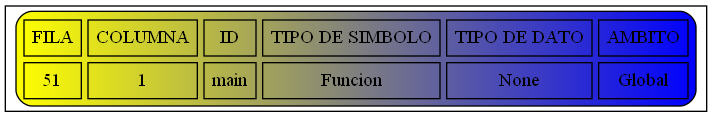
Above: Simbolos.png in JoseMore99/OLC2_P1_201701015 (Graphviz), before the change. Its source is kept beside it as Simbolos.dot.
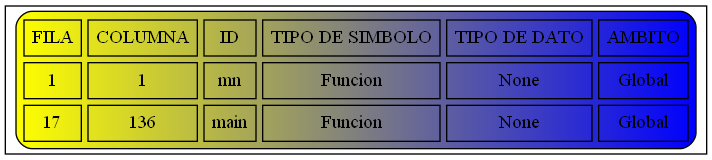
The same diagram one commit later.

Diff of the diagram source:
```diff
@@ -2,6 +2,7 @@
 node [shape=record];
 a0 [label=<<TABLE border="1" cellspacing="5" cellpadding="5" style="rounded" bgcolor="yellow:blue">
 "<TR><TD>FILA</TD><TD>COLUMNA</TD><TD>ID</TD><TD>TIPO DE SIMBOLO</TD><TD>TIPO DE DATO</TD><TD>AMBITO</TD></TR>
-<TR><TD>51</TD><TD>1</TD><TD>main</TD><TD>Funcion</TD><TD>None</TD><TD>Global</TD></TR>
+<TR><TD>1</TD><TD>1</TD><TD>mn</TD><TD>Funcion</TD><TD>None</TD><TD>Global</TD></TR>
+<TR><TD>17</TD><TD>136</TD><TD>main</TD><TD>Funcion</TD><TD>None</TD><TD>Global</TD></TR>
 </TABLE>>];
 }
```
